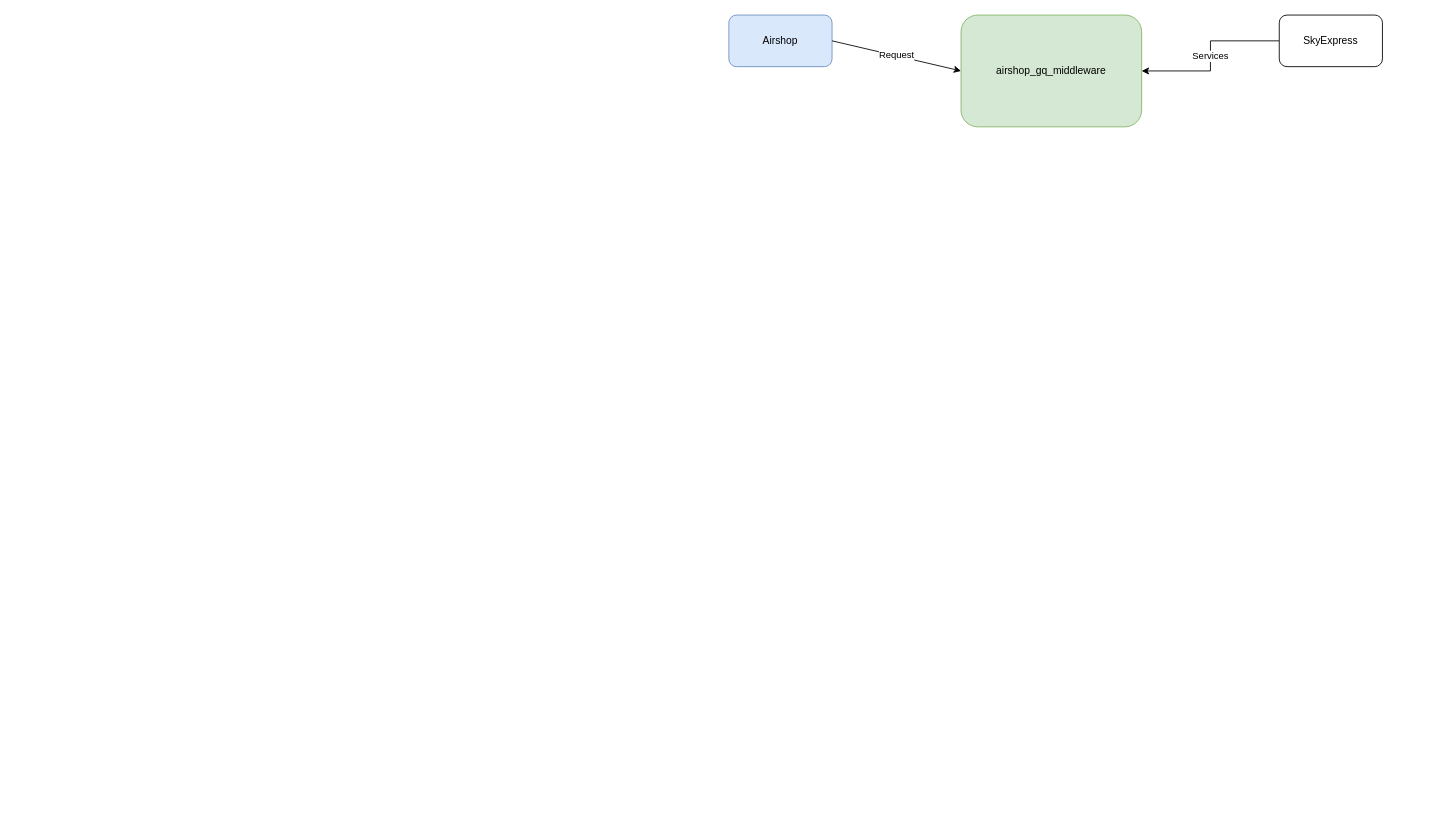
The draw.io diagram Untitled Diagram.drawio in AntonisMavrak/Web-Dev-Bootcamp, before the edit. Source tidied: cells renumbered, new cells numbered last; positions are measured from the earlier drawing's top-left corner, leaving out a move shared by most shapes. Both pictures are drawn from the tidied source at 86%, with x=0, y=0 at pixel (728, 15).
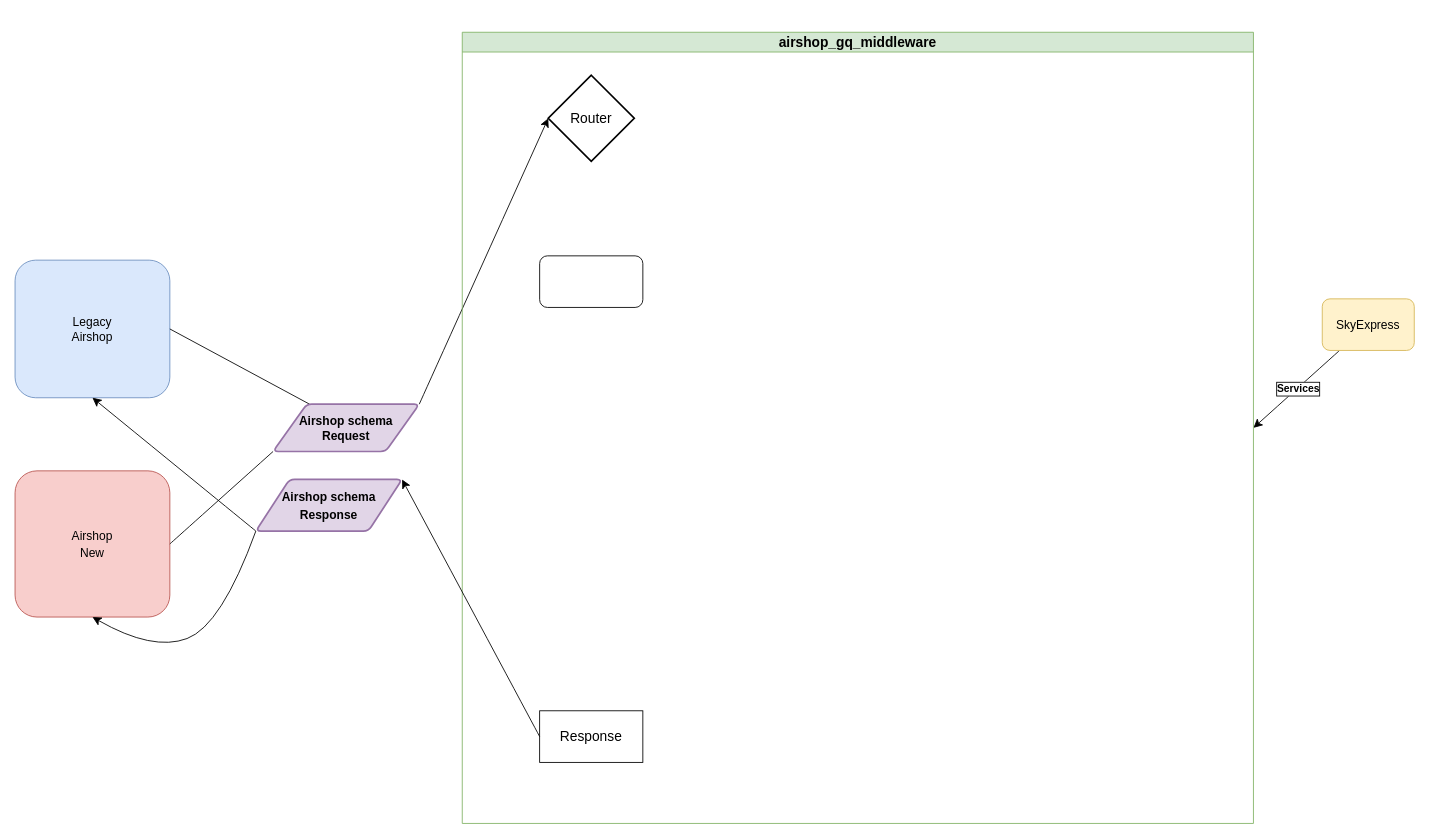
Above is the later version.

Change to the diagram source:
```diff
@@
-    <mxCell id="2" value="Airshop" style="rounded=1;whiteSpace=wrap;html=1;fillColor=#dae8fc;strokeColor=#6c8ebf;" parent="1" vertex="1">
-      <mxGeometry width="120" height="60" as="geometry" />
+    <mxCell id="2" value="&lt;font style=&quot;font-size: 14px;&quot;&gt;Legacy&lt;br&gt;Airshop&lt;/font&gt;" style="rounded=1;whiteSpace=wrap;html=1;labelBackgroundColor=none;fillColor=#dae8fc;strokeColor=#6c8ebf;" parent="1" vertex="1">
+      <mxGeometry x="-830" y="285" width="180" height="160" as="geometry" />
     </mxCell>
-    <mxCell id="3" value="Request" style="endArrow=classic;html=1;rounded=0;exitX=1;exitY=0.5;exitDx=0;exitDy=0;entryX=0;entryY=0.5;entryDx=0;entryDy=0;" parent="1" edge="1" source="2" target="4">
-      <mxGeometry relative="1" as="geometry" />
+    <mxCell id="3" style="endArrow=none;html=1;rounded=0;exitX=1;exitY=0.5;exitDx=0;exitDy=0;labelBackgroundColor=default;fontColor=default;labelBorderColor=default;fontStyle=1;entryX=0.25;entryY=0;entryDx=0;entryDy=0;endFill=0;" parent="1" edge="1" source="2" target="14">
+      <mxGeometry y="1" relative="1" as="geometry" />
     </mxCell>
-    <mxCell id="4" value="airshop_gq_middleware" style="rounded=1;whiteSpace=wrap;html=1;fillColor=#d5e8d4;strokeColor=#82b366;" parent="1" vertex="1">
-      <mxGeometry x="270" width="210" height="130" as="geometry" />
-    </mxCell>
-    <mxCell id="5" value="Services" style="edgeStyle=orthogonalEdgeStyle;rounded=0;jettySize=auto;html=1;exitX=0;exitY=0.5;exitDx=0;exitDy=0;entryX=1;entryY=0.5;entryDx=0;entryDy=0;" parent="1" edge="1" source="6" target="4">
-      <mxGeometry relative="1" as="geometry" />
+    <mxCell id="5" value="Services" style="edgeStyle=none;curved=1;rounded=0;jettySize=auto;html=1;fontSize=12;startSize=8;endSize=8;labelBorderColor=default;fontStyle=1;horizontal=1;entryX=1;entryY=0.5;entryDx=0;entryDy=0;" parent="1" edge="1" source="6" target="4">
+      <mxGeometry x="-0.02" y="1" relative="1" as="geometry" />
     </mxCell>
-    <mxCell id="6" value="SkyExpress" style="rounded=1;whiteSpace=wrap;html=1;" parent="1" vertex="1">
-      <mxGeometry x="640" width="120" height="60" as="geometry" />
+    <mxCell id="6" value="&lt;font style=&quot;font-size: 14px;&quot;&gt;SkyExpress&lt;/font&gt;" style="rounded=1;whiteSpace=wrap;html=1;labelBackgroundColor=none;fillColor=#fff2cc;strokeColor=#d6b656;" parent="1" vertex="1">
+      <mxGeometry x="690" y="330" width="107" height="60" as="geometry" />
     </mxCell>
+    <mxCell id="7" value="&lt;font style=&quot;font-size: 14px;&quot;&gt;Airshop&lt;br&gt;New&lt;/font&gt;" style="rounded=1;whiteSpace=wrap;html=1;fontSize=16;fillColor=#f8cecc;strokeColor=#b85450;" parent="1" vertex="1">
+      <mxGeometry x="-830" y="530" width="180" height="170" as="geometry" />
+    </mxCell>
+    <mxCell id="8" style="endArrow=classic;html=1;rounded=0;fontSize=12;startSize=8;endSize=8;curved=1;exitX=1;exitY=0;exitDx=0;exitDy=0;entryX=0;entryY=0.5;entryDx=0;entryDy=0;entryPerimeter=0;" parent="1" edge="1" source="14" target="9">
+      <mxGeometry relative="1" as="geometry" />
+    </mxCell>
+    <mxCell id="4" value="airshop_gq_middleware" style="swimlane;whiteSpace=wrap;html=1;fontSize=16;fillColor=#d5e8d4;strokeColor=#82b366;direction=east;" parent="1" vertex="1">
+      <mxGeometry x="-310" y="20" width="920" height="920" as="geometry" />
+    </mxCell>
+    <mxCell id="9" value="Router" style="strokeWidth=2;html=1;shape=mxgraph.flowchart.decision;whiteSpace=wrap;fontSize=16;" parent="4" vertex="1">
+      <mxGeometry x="100" y="50" width="100" height="100" as="geometry" />
+    </mxCell>
+    <mxCell id="10" value="Response" style="rounded=0;whiteSpace=wrap;html=1;fontSize=16;" parent="4" vertex="1">
+      <mxGeometry x="90" y="789" width="120" height="60" as="geometry" />
+    </mxCell>
+    <mxCell id="11" style="rounded=1;whiteSpace=wrap;html=1;fontSize=16;" parent="4" vertex="1">
+      <mxGeometry x="90" y="260" width="120" height="60" as="geometry" />
+    </mxCell>
+    <mxCell id="12" style="endArrow=classic;html=1;rounded=0;fontSize=12;startSize=8;endSize=8;curved=1;entryX=0.5;entryY=1;entryDx=0;entryDy=0;exitX=0;exitY=1;exitDx=0;exitDy=0;" parent="1" edge="1" source="17" target="2">
+      <mxGeometry relative="1" as="geometry" />
+    </mxCell>
+    <mxCell id="13" style="endArrow=none;html=1;rounded=0;fontSize=12;curved=1;exitX=1;exitY=0.5;exitDx=0;exitDy=0;endFill=0;entryX=0;entryY=1;entryDx=0;entryDy=0;" parent="1" edge="1" source="7" target="14">
+      <mxGeometry relative="1" as="geometry" />
+    </mxCell>
+    <mxCell id="14" value="&#10;Airshop schema&#10;Request&#10;" style="shape=parallelogram;strokeWidth=2;perimeter=parallelogramPerimeter;rounded=1;arcSize=12;size=0.23;fontSize=14;align=center;fillColor=#e1d5e7;strokeColor=#9673a6;labelBorderColor=none;fontColor=default;labelBackgroundColor=none;fontStyle=1;" parent="1" vertex="1">
+      <mxGeometry x="-530" y="452.5" width="170" height="55" as="geometry" />
+    </mxCell>
+    <mxCell id="15" style="edgeStyle=none;curved=1;rounded=0;orthogonalLoop=1;jettySize=auto;html=1;exitX=0;exitY=0;exitDx=0;exitDy=0;fontSize=12;startSize=8;endSize=8;" parent="1" edge="1" source="4" target="4">
+      <mxGeometry relative="1" as="geometry" />
+    </mxCell>
+    <mxCell id="16" style="edgeStyle=none;curved=1;rounded=0;jettySize=auto;html=1;fontSize=12;startSize=8;endSize=8;entryX=0.5;entryY=1;entryDx=0;entryDy=0;exitX=0;exitY=1;exitDx=0;exitDy=0;" parent="1" edge="1" source="17" target="7">
+      <mxGeometry relative="1" as="geometry">
+        <Array as="points">
+          <mxPoint x="-590" y="710" />
+          <mxPoint x="-670" y="740" />
+        </Array>
+      </mxGeometry>
+    </mxCell>
+    <mxCell id="17" value="&lt;b style=&quot;&quot;&gt;&lt;font style=&quot;font-size: 14px;&quot;&gt;Airshop schema Response&lt;/font&gt;&lt;/b&gt;" style="shape=parallelogram;html=1;strokeWidth=2;perimeter=parallelogramPerimeter;whiteSpace=wrap;rounded=1;arcSize=12;size=0.23;fontSize=16;fillColor=#e1d5e7;strokeColor=#9673a6;" parent="1" vertex="1">
+      <mxGeometry x="-550" y="540" width="170" height="60" as="geometry" />
+    </mxCell>
+    <mxCell id="18" style="endArrow=classic;html=1;rounded=0;fontSize=12;startSize=8;endSize=8;curved=1;exitX=0;exitY=0.5;exitDx=0;exitDy=0;entryX=1;entryY=0;entryDx=0;entryDy=0;" parent="1" edge="1" source="10" target="17">
+      <mxGeometry relative="1" as="geometry" />
+    </mxCell>
```
